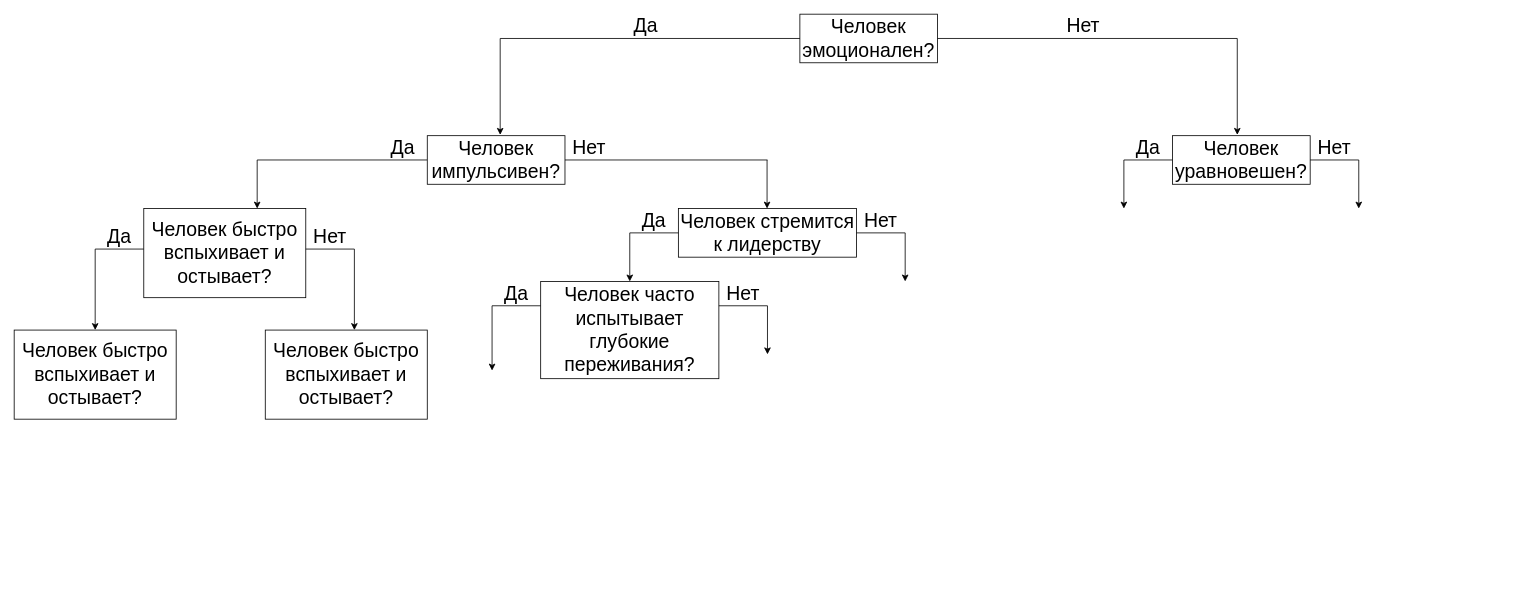
dibovdmitry/Expert-Systems keeps this draw.io diagram as If else diagram.drawio. Above is the earlier version. Source tidied: cells renumbered, new cells numbered last; positions are measured from the earlier drawing's top-left corner, leaving out a move shared by most shapes. Both pictures are drawn from the tidied source at 81%, with x=0, y=0 at pixel (14, 14).
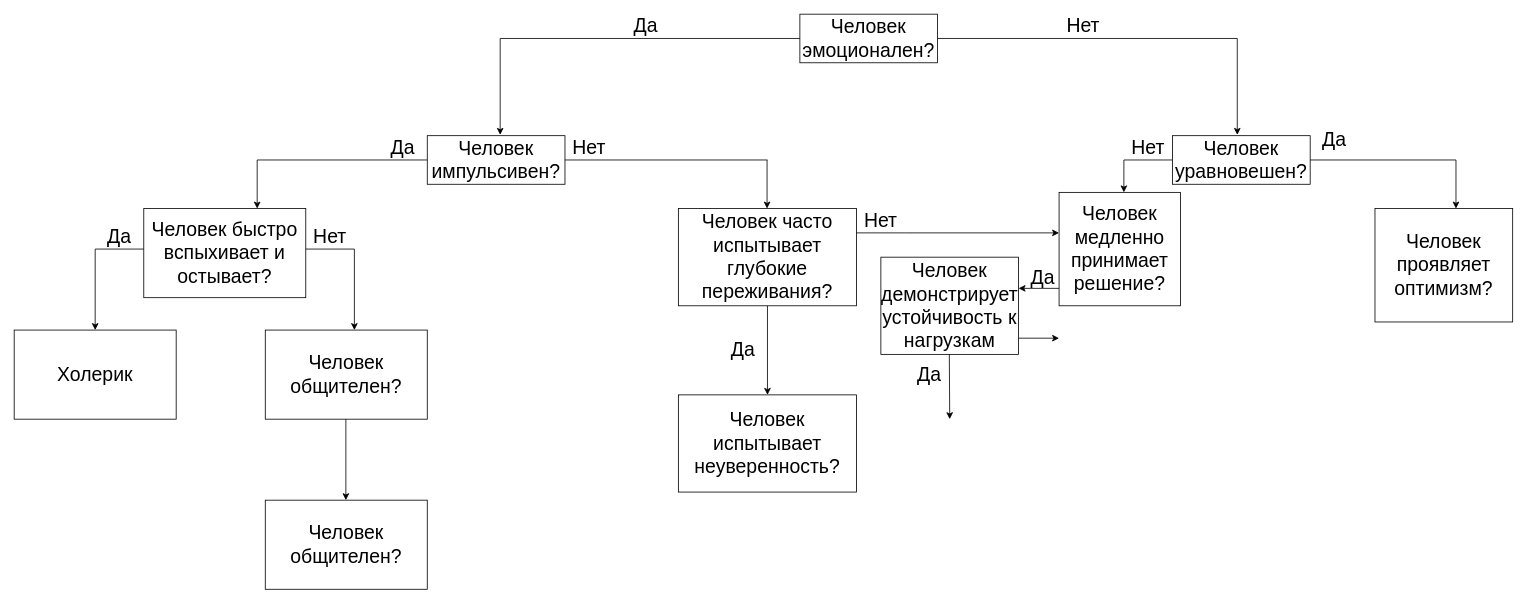
The same diagram, later.

Change to the diagram source:
```diff
@@
-    <mxCell id="10" value="Человек стремится к лидерству" style="rounded=0;whiteSpace=wrap;html=1;fontSize=24;" parent="1" vertex="1">
-      <mxGeometry x="820" y="240" width="220" height="60" as="geometry" />
-    </mxCell>
@@
-    <mxCell id="14" style="endArrow=none;html=1;rounded=0;" parent="1" edge="1">
-      <mxGeometry relative="1" as="geometry">
-        <mxPoint x="760" y="270" as="sourcePoint" />
-        <mxPoint x="820" y="270" as="targetPoint" />
-      </mxGeometry>
-    </mxCell>
-    <mxCell id="15" style="endArrow=classic;html=1;rounded=0;" parent="1" edge="1">
-      <mxGeometry relative="1" as="geometry">
-        <mxPoint x="760" y="270" as="sourcePoint" />
-        <mxPoint x="760" y="330" as="targetPoint" />
-      </mxGeometry>
+    <mxCell id="15" style="endArrow=classic;html=1;rounded=0;entryX=0.5;entryY=0;entryDx=0;entryDy=0;exitX=0.5;exitY=1;exitDx=0;exitDy=0;" parent="1" edge="1" source="17" target="50">
+      <mxGeometry relative="1" as="geometry" />
     </mxCell>
     <mxCell id="16" value="Да" style="text;html=1;align=center;verticalAlign=middle;whiteSpace=wrap;rounded=0;fontSize=24;" parent="1" vertex="1">
-      <mxGeometry x="760" y="240" width="60" height="30" as="geometry" />
+      <mxGeometry x="870" y="400" width="60" height="30" as="geometry" />
     </mxCell>
     <mxCell id="17" value="Человек часто испытывает глубокие переживания?" style="rounded=0;whiteSpace=wrap;html=1;fontSize=24;" parent="1" vertex="1">
-      <mxGeometry x="650" y="330" width="220" height="120" as="geometry" />
+      <mxGeometry x="820" y="240" width="220" height="120" as="geometry" />
     </mxCell>
@@
     <mxCell id="22" style="endArrow=classic;html=1;rounded=0;" parent="1" edge="1">
       <mxGeometry relative="1" as="geometry">
         <mxPoint x="1100" y="270" as="sourcePoint" />
-        <mxPoint x="1100" y="330" as="targetPoint" />
+        <mxPoint x="1290" y="270" as="targetPoint" />
       </mxGeometry>
     </mxCell>
@@
-    <mxCell id="24" style="endArrow=none;html=1;rounded=0;" parent="1" edge="1">
-      <mxGeometry relative="1" as="geometry">
-        <mxPoint x="590" y="360" as="sourcePoint" />
-        <mxPoint x="650" y="360" as="targetPoint" />
-      </mxGeometry>
-    </mxCell>
-    <mxCell id="25" style="endArrow=classic;html=1;rounded=0;" parent="1" edge="1">
-      <mxGeometry relative="1" as="geometry">
-        <mxPoint x="590" y="360" as="sourcePoint" />
-        <mxPoint x="590" y="440" as="targetPoint" />
-      </mxGeometry>
-    </mxCell>
-    <mxCell id="26" value="Да" style="text;html=1;align=center;verticalAlign=middle;whiteSpace=wrap;rounded=0;fontSize=24;" parent="1" vertex="1">
-      <mxGeometry x="590" y="330" width="60" height="30" as="geometry" />
-    </mxCell>
-    <mxCell id="27" style="endArrow=none;html=1;rounded=0;" parent="1" edge="1">
-      <mxGeometry relative="1" as="geometry">
-        <mxPoint x="870" y="360" as="sourcePoint" />
-        <mxPoint x="930" y="360" as="targetPoint" />
-      </mxGeometry>
-    </mxCell>
-    <mxCell id="28" style="endArrow=classic;html=1;rounded=0;" parent="1" edge="1">
-      <mxGeometry relative="1" as="geometry">
-        <mxPoint x="930" y="360" as="sourcePoint" />
-        <mxPoint x="930" y="420" as="targetPoint" />
-      </mxGeometry>
-    </mxCell>
-    <mxCell id="29" value="Нет" style="text;html=1;align=center;verticalAlign=middle;whiteSpace=wrap;rounded=0;fontSize=24;" parent="1" vertex="1">
-      <mxGeometry x="870" y="330" width="60" height="30" as="geometry" />
-    </mxCell>
@@
     <mxCell id="39" style="endArrow=classic;html=1;rounded=0;" parent="1" edge="1">
       <mxGeometry relative="1" as="geometry">
         <mxPoint x="1370" y="180" as="sourcePoint" />
-        <mxPoint x="1370" y="240" as="targetPoint" />
+        <mxPoint x="1370" y="220" as="targetPoint" />
       </mxGeometry>
     </mxCell>
     <mxCell id="40" value="Да" style="text;html=1;align=center;verticalAlign=middle;whiteSpace=wrap;rounded=0;fontSize=24;" parent="1" vertex="1">
-      <mxGeometry x="1370" y="150" width="60" height="30" as="geometry" />
+      <mxGeometry x="1600" y="140" width="60" height="30" as="geometry" />
     </mxCell>
     <mxCell id="41" style="endArrow=none;html=1;rounded=0;" parent="1" edge="1">
       <mxGeometry relative="1" as="geometry">
         <mxPoint x="1600" y="180" as="sourcePoint" />
-        <mxPoint x="1660" y="180" as="targetPoint" />
+        <mxPoint x="1780" y="180" as="targetPoint" />
       </mxGeometry>
     </mxCell>
     <mxCell id="42" style="endArrow=classic;html=1;rounded=0;" parent="1" edge="1">
       <mxGeometry relative="1" as="geometry">
-        <mxPoint x="1660" y="180" as="sourcePoint" />
-        <mxPoint x="1660" y="240" as="targetPoint" />
+        <mxPoint x="1780" y="180" as="sourcePoint" />
+        <mxPoint x="1780" y="240" as="targetPoint" />
       </mxGeometry>
     </mxCell>
     <mxCell id="43" value="Нет" style="text;html=1;align=center;verticalAlign=middle;whiteSpace=wrap;rounded=0;fontSize=24;" parent="1" vertex="1">
-      <mxGeometry x="1600" y="150" width="60" height="30" as="geometry" />
+      <mxGeometry x="1370" y="150" width="60" height="30" as="geometry" />
     </mxCell>
-    <mxCell id="44" value="Человек быстро вспыхивает и остывает?" style="rounded=0;whiteSpace=wrap;html=1;fontSize=24;" parent="1" vertex="1">
+    <mxCell id="44" value="Холерик" style="rounded=0;whiteSpace=wrap;html=1;fontSize=24;" parent="1" vertex="1">
       <mxGeometry y="390" width="200" height="110" as="geometry" />
     </mxCell>
-    <mxCell id="45" value="Человек быстро вспыхивает и остывает?" style="rounded=0;whiteSpace=wrap;html=1;fontSize=24;" parent="1" vertex="1">
+    <mxCell id="45" value="Человек общителен?" style="rounded=0;whiteSpace=wrap;html=1;fontSize=24;" parent="1" vertex="1">
       <mxGeometry x="310" y="390" width="200" height="110" as="geometry" />
     </mxCell>
+    <mxCell id="46" value="Человек медленно принимает решение?" style="rounded=0;whiteSpace=wrap;html=1;fontSize=24;" parent="1" vertex="1">
+      <mxGeometry x="1290" y="220" width="150" height="140" as="geometry" />
+    </mxCell>
+    <mxCell id="47" value="Человек проявляет оптимизм?" style="rounded=0;whiteSpace=wrap;html=1;fontSize=24;" parent="1" vertex="1">
+      <mxGeometry x="1680" y="240" width="170" height="140" as="geometry" />
+    </mxCell>
+    <mxCell id="48" style="endArrow=classic;html=1;rounded=0;" parent="1" edge="1">
+      <mxGeometry relative="1" as="geometry">
+        <mxPoint x="409.5" y="500" as="sourcePoint" />
+        <mxPoint x="409.5" y="600" as="targetPoint" />
+      </mxGeometry>
+    </mxCell>
+    <mxCell id="49" value="Человек общителен?" style="rounded=0;whiteSpace=wrap;html=1;fontSize=24;" parent="1" vertex="1">
+      <mxGeometry x="310" y="600" width="200" height="110" as="geometry" />
+    </mxCell>
+    <mxCell id="50" value="Человек испытывает неуверенность?" style="rounded=0;whiteSpace=wrap;html=1;fontSize=24;" parent="1" vertex="1">
+      <mxGeometry x="820" y="470" width="220" height="120" as="geometry" />
+    </mxCell>
+    <mxCell id="51" style="endArrow=classic;html=1;rounded=0;" parent="1" edge="1">
+      <mxGeometry relative="1" as="geometry">
+        <mxPoint x="1290" y="338.5" as="sourcePoint" />
+        <mxPoint x="1240" y="338.5" as="targetPoint" />
+      </mxGeometry>
+    </mxCell>
+    <mxCell id="52" value="Человек демонстрирует устойчивость к нагрузкам" style="rounded=0;whiteSpace=wrap;html=1;fontSize=24;" parent="1" vertex="1">
+      <mxGeometry x="1070" y="300" width="170" height="120" as="geometry" />
+    </mxCell>
+    <mxCell id="53" value="Да" style="text;html=1;align=center;verticalAlign=middle;whiteSpace=wrap;rounded=0;fontSize=24;" parent="1" vertex="1">
+      <mxGeometry x="1240" y="310" width="60" height="30" as="geometry" />
+    </mxCell>
+    <mxCell id="54" style="endArrow=classic;html=1;rounded=0;" parent="1" edge="1">
+      <mxGeometry relative="1" as="geometry">
+        <mxPoint x="1154.5" y="420" as="sourcePoint" />
+        <mxPoint x="1155" y="500" as="targetPoint" />
+      </mxGeometry>
+    </mxCell>
+    <mxCell id="55" value="Да" style="text;html=1;align=center;verticalAlign=middle;whiteSpace=wrap;rounded=0;fontSize=24;" parent="1" vertex="1">
+      <mxGeometry x="1100" y="430" width="60" height="30" as="geometry" />
+    </mxCell>
+    <mxCell id="56" style="endArrow=classic;html=1;rounded=0;" parent="1" edge="1">
+      <mxGeometry relative="1" as="geometry">
+        <mxPoint x="1240" y="400" as="sourcePoint" />
+        <mxPoint x="1290" y="400" as="targetPoint" />
+      </mxGeometry>
+    </mxCell>
```
